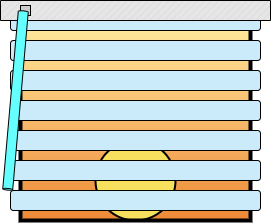
The draw.io diagram public/blinds.png in adeick/blinds, before a commit. Source tidied: cells renumbered, new cells last; positions are measured from the earlier drawing's top-left corner, leaving out a move shared by most shapes. Source of this version:
```xml
<mxGraphModel>
  <root>
    <mxCell id="0" />
    <mxCell id="1" parent="0" />
    <mxCell id="2" style="rounded=0;whiteSpace=wrap;html=1;fillColor=#ED8936;strokeColor=#36393d;strokeWidth=0;gradientColor=#FFE599;gradientDirection=north;" parent="1" vertex="1">
      <mxGeometry x="20" y="30" width="230" height="190" as="geometry" />
    </mxCell>
    <mxCell id="3" style="ellipse;whiteSpace=wrap;html=1;fillColor=#F6E05E;strokeWidth=2;strokeColor=#000000;" parent="1" vertex="1">
      <mxGeometry x="95" y="140" width="80" height="80" as="geometry" />
    </mxCell>
    <mxCell id="4" style="rounded=0;whiteSpace=wrap;html=1;fillColor=none;shadow=0;strokeColor=#000000;strokeWidth=4;" parent="1" vertex="1">
      <mxGeometry x="20" y="20" width="230" height="200" as="geometry" />
    </mxCell>
    <mxCell id="5" style="rounded=1;whiteSpace=wrap;html=1;fillColor=#CBEBFB;shadow=0;" parent="1" vertex="1">
      <mxGeometry x="10" y="160" width="250" height="20" as="geometry" />
    </mxCell>
    <mxCell id="6" style="rounded=1;whiteSpace=wrap;html=1;fillColor=#CBEBFB;shadow=0;" parent="1" vertex="1">
      <mxGeometry x="10" y="130" width="250" height="20" as="geometry" />
    </mxCell>
    <mxCell id="7" style="rounded=1;whiteSpace=wrap;html=1;fillColor=#CBEBFB;shadow=0;" parent="1" vertex="1">
      <mxGeometry x="10" y="100" width="250" height="20" as="geometry" />
    </mxCell>
    <mxCell id="8" style="rounded=1;whiteSpace=wrap;html=1;fillColor=#CBEBFB;shadow=0;fontStyle=1;" parent="1" vertex="1">
      <mxGeometry x="10" y="70" width="250" height="20" as="geometry" />
    </mxCell>
    <mxCell id="9" style="rounded=1;whiteSpace=wrap;html=1;fillColor=#CBEBFB;shadow=0;" parent="1" vertex="1">
      <mxGeometry x="10" y="40" width="250" height="20" as="geometry" />
    </mxCell>
    <mxCell id="10" style="rounded=1;whiteSpace=wrap;html=1;fillColor=#CBEBFB;shadow=0;" parent="1" vertex="1">
      <mxGeometry x="10" y="10" width="250" height="20" as="geometry" />
    </mxCell>
    <mxCell id="11" style="verticalLabelPosition=bottom;verticalAlign=top;html=1;shape=mxgraph.basic.patternFillRect;fillStyle=diag;step=5;fillStrokeWidth=0.2;fillStrokeColor=#dddddd;shadow=0;strokeColor=#000000;strokeWidth=1;fillColor=#E6E6E6;gradientColor=none;gradientDirection=north;" parent="1" vertex="1">
      <mxGeometry width="270" height="20" as="geometry" />
    </mxCell>
    <mxCell id="12" style="verticalLabelPosition=bottom;verticalAlign=top;html=1;shape=mxgraph.basic.rect;fillColor2=none;strokeWidth=1;size=0;indent=5;shadow=0;fillColor=#CCCCCC;gradientColor=none;gradientDirection=north;" parent="1" vertex="1">
      <mxGeometry x="20" y="5" width="10" height="10" as="geometry" />
    </mxCell>
    <mxCell id="13" style="shape=cylinder3;whiteSpace=wrap;html=1;boundedLbl=1;backgroundOutline=1;size=0.8571515764508888;shadow=0;strokeColor=#000000;strokeWidth=1;fillColor=#66FFFF;rotation=-175;" parent="1" vertex="1">
      <mxGeometry x="10" y="10" width="10" height="180" as="geometry" />
    </mxCell>
    <mxCell id="14" style="rounded=1;whiteSpace=wrap;html=1;fillColor=#CBEBFB;shadow=0;" parent="1" vertex="1">
      <mxGeometry x="10" y="190" width="250" height="20" as="geometry" />
    </mxCell>
  </root>
</mxGraphModel>
```
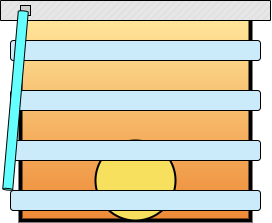
After the change.

Change to the diagram source:
```diff
@@ -3,43 +3,34 @@
     <mxCell id="0" />
     <mxCell id="1" parent="0" />
     <mxCell id="2" style="rounded=0;whiteSpace=wrap;html=1;fillColor=#ED8936;strokeColor=#36393d;strokeWidth=0;gradientColor=#FFE599;gradientDirection=north;" parent="1" vertex="1">
-      <mxGeometry x="20" y="30" width="230" height="190" as="geometry" />
+      <mxGeometry x="20" y="20" width="230" height="200" as="geometry" />
     </mxCell>
+    <mxCell id="4" style="rounded=0;whiteSpace=wrap;html=1;fillColor=none;shadow=0;strokeColor=#000000;strokeWidth=4;" parent="1" vertex="1">
+      <mxGeometry x="20" y="10" width="230" height="210" as="geometry" />
+    </mxCell>
     <mxCell id="3" style="ellipse;whiteSpace=wrap;html=1;fillColor=#F6E05E;strokeWidth=2;strokeColor=#000000;" parent="1" vertex="1">
       <mxGeometry x="95" y="140" width="80" height="80" as="geometry" />
     </mxCell>
-    <mxCell id="4" style="rounded=0;whiteSpace=wrap;html=1;fillColor=none;shadow=0;strokeColor=#000000;strokeWidth=4;" parent="1" vertex="1">
-      <mxGeometry x="20" y="20" width="230" height="200" as="geometry" />
-    </mxCell>
-    <mxCell id="5" style="rounded=1;whiteSpace=wrap;html=1;fillColor=#CBEBFB;shadow=0;" parent="1" vertex="1">
-      <mxGeometry x="10" y="160" width="250" height="20" as="geometry" />
-    </mxCell>
     <mxCell id="6" style="rounded=1;whiteSpace=wrap;html=1;fillColor=#CBEBFB;shadow=0;" parent="1" vertex="1">
-      <mxGeometry x="10" y="130" width="250" height="20" as="geometry" />
+      <mxGeometry x="10" y="90" width="250" height="20" as="geometry" />
     </mxCell>
-    <mxCell id="7" style="rounded=1;whiteSpace=wrap;html=1;fillColor=#CBEBFB;shadow=0;" parent="1" vertex="1">
-      <mxGeometry x="10" y="100" width="250" height="20" as="geometry" />
-    </mxCell>
     <mxCell id="8" style="rounded=1;whiteSpace=wrap;html=1;fillColor=#CBEBFB;shadow=0;fontStyle=1;" parent="1" vertex="1">
-      <mxGeometry x="10" y="70" width="250" height="20" as="geometry" />
+      <mxGeometry x="10" y="40" width="250" height="20" as="geometry" />
     </mxCell>
-    <mxCell id="9" style="rounded=1;whiteSpace=wrap;html=1;fillColor=#CBEBFB;shadow=0;" parent="1" vertex="1">
-      <mxGeometry x="10" y="40" width="250" height="20" as="geometry" />
-    </mxCell>
-    <mxCell id="10" style="rounded=1;whiteSpace=wrap;html=1;fillColor=#CBEBFB;shadow=0;" parent="1" vertex="1">
-      <mxGeometry x="10" y="10" width="250" height="20" as="geometry" />
-    </mxCell>
     <mxCell id="11" style="verticalLabelPosition=bottom;verticalAlign=top;html=1;shape=mxgraph.basic.patternFillRect;fillStyle=diag;step=5;fillStrokeWidth=0.2;fillStrokeColor=#dddddd;shadow=0;strokeColor=#000000;strokeWidth=1;fillColor=#E6E6E6;gradientColor=none;gradientDirection=north;" parent="1" vertex="1">
       <mxGeometry width="270" height="20" as="geometry" />
     </mxCell>
     <mxCell id="12" style="verticalLabelPosition=bottom;verticalAlign=top;html=1;shape=mxgraph.basic.rect;fillColor2=none;strokeWidth=1;size=0;indent=5;shadow=0;fillColor=#CCCCCC;gradientColor=none;gradientDirection=north;" parent="1" vertex="1">
       <mxGeometry x="20" y="5" width="10" height="10" as="geometry" />
     </mxCell>
+    <mxCell id="14" style="rounded=1;whiteSpace=wrap;html=1;fillColor=#CBEBFB;shadow=0;" parent="1" vertex="1">
+      <mxGeometry x="10" y="140" width="250" height="20" as="geometry" />
+    </mxCell>
+    <mxCell id="15" style="rounded=1;whiteSpace=wrap;html=1;fillColor=#CBEBFB;shadow=0;" parent="1" vertex="1">
+      <mxGeometry x="10" y="190" width="250" height="20" as="geometry" />
+    </mxCell>
     <mxCell id="13" style="shape=cylinder3;whiteSpace=wrap;html=1;boundedLbl=1;backgroundOutline=1;size=0.8571515764508888;shadow=0;strokeColor=#000000;strokeWidth=1;fillColor=#66FFFF;rotation=-175;" parent="1" vertex="1">
       <mxGeometry x="10" y="10" width="10" height="180" as="geometry" />
     </mxCell>
-    <mxCell id="14" style="rounded=1;whiteSpace=wrap;html=1;fillColor=#CBEBFB;shadow=0;" parent="1" vertex="1">
-      <mxGeometry x="10" y="190" width="250" height="20" as="geometry" />
-    </mxCell>
   </root>
 </mxGraphModel>
```
